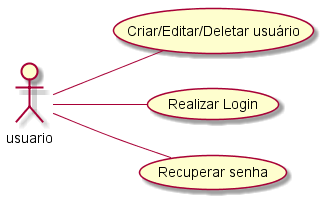
Above: images/work-products/requirements/use-cases/src/entity-user/Entidade Usuário.png in maruanoliveiraunb/es-2019 (PlantUML), before the change. The source it was exported from:
```plantuml
@startuml Entidade Usuário
left to right direction
actor usuario

usuario -- (Criar/Editar/Deletar usuário)
usuario -- (Realizar Login)
usuario -- (Recuperar senha)
@enduml
```
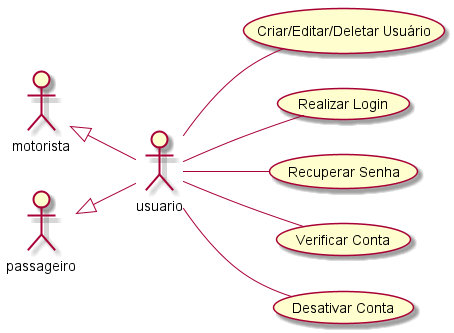
The same file after the commit.

The edit, as a diff of the source:
```diff
@@ -1,8 +1,15 @@
 @startuml Entidade Usuário
 left to right direction
 actor usuario
+actor motorista
+actor passageiro
 
-usuario -- (Criar/Editar/Deletar usuário)
+motorista <|-- usuario
+passageiro <|-- usuario
+
+usuario -- (Criar/Editar/Deletar Usuário)
 usuario -- (Realizar Login)
-usuario -- (Recuperar senha)
+usuario -- (Recuperar Senha)
+usuario -- (Verificar Conta)
+usuario -- (Desativar Conta)
 @enduml
```
